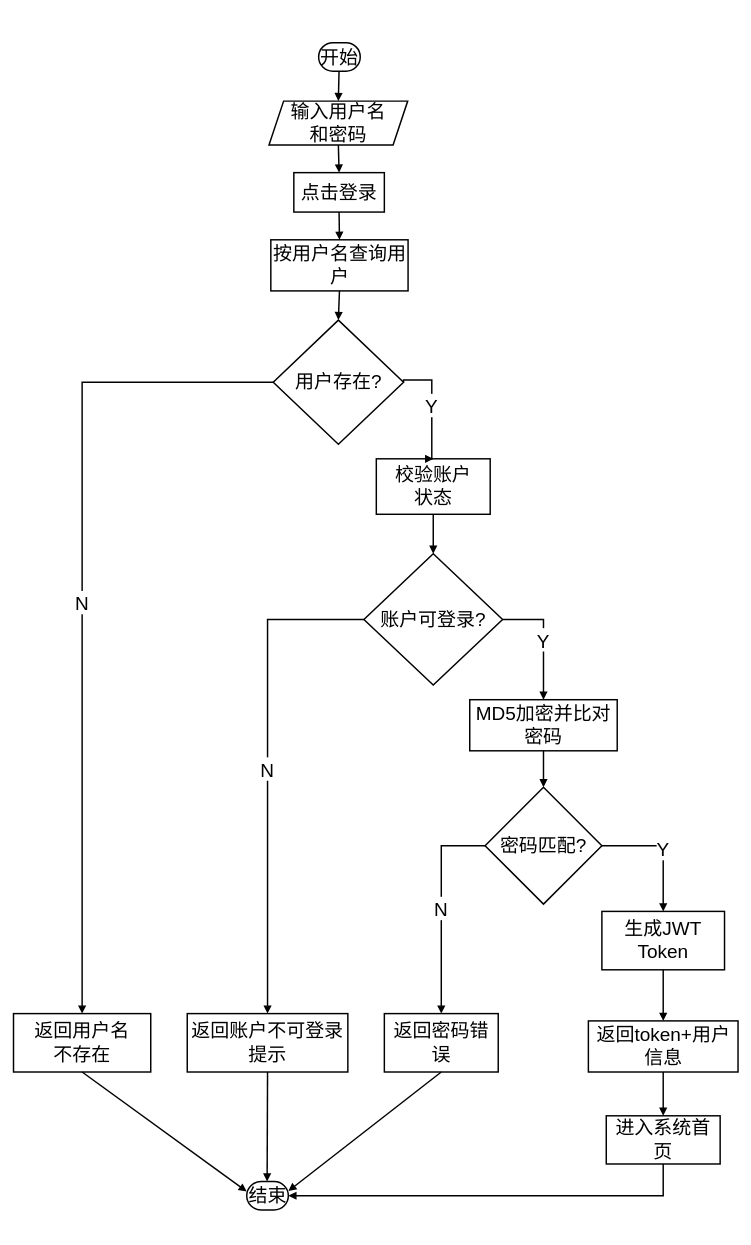
Earlier version of the draw.io diagram 用户登录流程图.drawio (LichCarlos/darwIo). Source tidied: cells renumbered, new cells numbered last; positions are measured from the earlier drawing's top-left corner, leaving out a move shared by most shapes. Both pictures are drawn from the tidied source at 73%, with x=0, y=0 at pixel (13, -402).
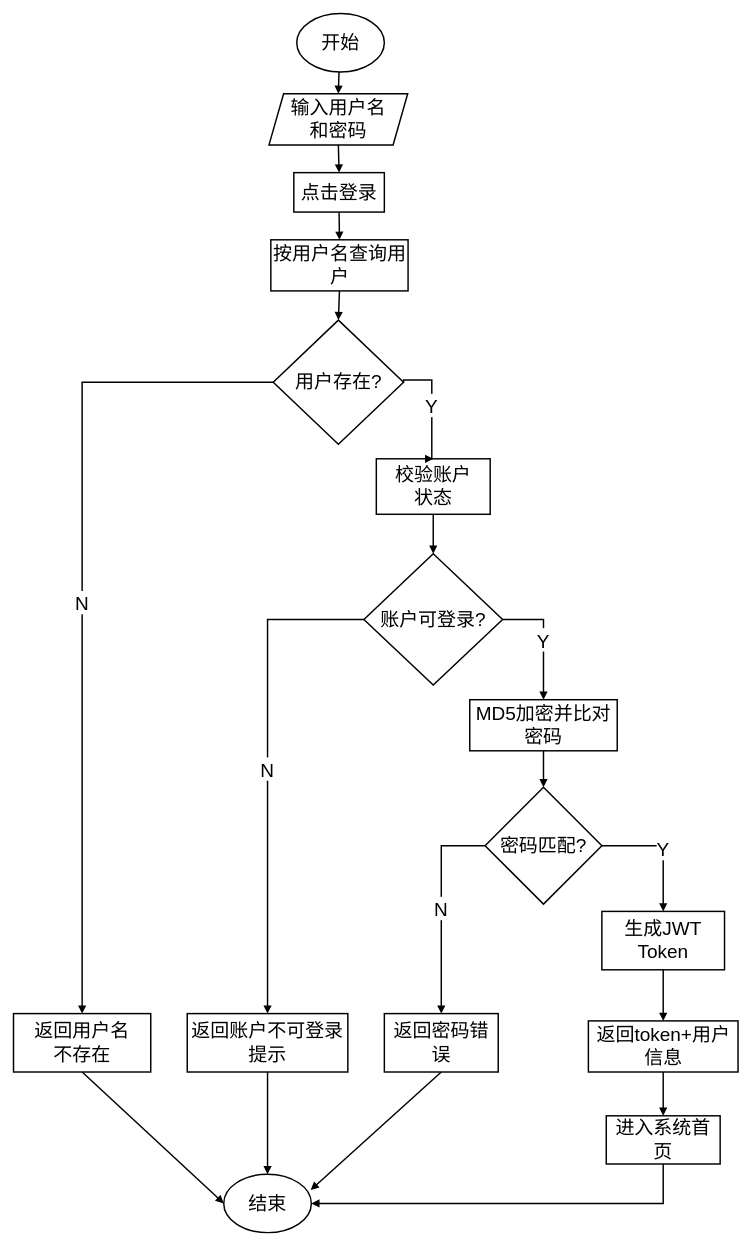
The same diagram, later.

Commit message:
更新用户登录流程图.drawio

Unchanged cells that the change refers to:
```xml
<mxCell id="10" value="返回用户名&#10;不存在" style="whiteSpace=wrap;strokeWidth=2;fontSize=26;" parent="1" vertex="1">
  <mxGeometry y="1938" width="188" height="80" as="geometry" />
</mxCell>
<mxCell id="14" value="返回账户不可登录提示" style="whiteSpace=wrap;strokeWidth=2;fontSize=26;" parent="1" vertex="1">
  <mxGeometry x="238" y="1938" width="220" height="80" as="geometry" />
</mxCell>
<mxCell id="17" value="返回密码错误" style="whiteSpace=wrap;strokeWidth=2;fontSize=26;" parent="1" vertex="1">
  <mxGeometry x="508" y="1938" width="156" height="80" as="geometry" />
</mxCell>
```

Diff of the diagram source:
```diff
@@
-    <mxCell id="5" value="开始" style="rounded=1;whiteSpace=wrap;arcSize=50;strokeWidth=2;fontSize=26;" parent="1" vertex="1">
-      <mxGeometry x="418" y="608" width="57" height="39" as="geometry" />
-    </mxCell>
     <mxCell id="6" value="输入用户名&#10;和密码" style="shape=parallelogram;perimeter=parallelogramPerimeter;fixedSize=1;strokeWidth=2;whiteSpace=wrap;fontSize=26;" parent="1" vertex="1">
-      <mxGeometry x="350" y="688" width="190" height="60" as="geometry" />
+      <mxGeometry x="350" y="678" width="190" height="70" as="geometry" />
     </mxCell>
@@
-    <mxCell id="11" value="结束" style="rounded=1;whiteSpace=wrap;arcSize=50;strokeWidth=2;fontSize=26;" parent="1" vertex="1">
-      <mxGeometry x="319.5" y="2168" width="57" height="39" as="geometry" />
-    </mxCell>
@@
-    <mxCell id="21" style="curved=1;startArrow=none;endArrow=block;strokeWidth=2;exitX=0.49;exitY=1;entryX=0.5;entryY=0;rounded=0;fontSize=26;" parent="1" edge="1" source="5" target="6">
-      <mxGeometry relative="1" as="geometry" />
+    <mxCell id="21" style="curved=1;startArrow=none;endArrow=block;strokeWidth=2;exitX=0.49;exitY=1;entryX=0.5;entryY=0;rounded=0;fontSize=26;" parent="1" edge="1" target="6">
+      <mxGeometry relative="1" as="geometry">
+        <mxPoint x="445.9" y="647" as="sourcePoint" />
+      </mxGeometry>
     </mxCell>
@@
-    <mxCell id="26" style="startArrow=none;endArrow=block;strokeWidth=2;exitX=0.5;exitY=0.99;entryX=-0.01;entryY=0.35;rounded=0;fontSize=26;" parent="1" edge="1" source="10" target="11">
+    <mxCell id="26" style="startArrow=none;endArrow=block;strokeWidth=2;exitX=0.5;exitY=0.99;entryX=0;entryY=0.5;rounded=0;fontSize=26;entryDx=0;entryDy=0;" parent="1" edge="1" source="10" target="11">
       <mxGeometry relative="1" as="geometry" />
     </mxCell>
@@
-    <mxCell id="30" style="curved=1;startArrow=none;endArrow=block;strokeWidth=2;exitX=0.5;exitY=0.99;entryX=0.49;entryY=0;rounded=0;fontSize=26;" parent="1" edge="1" source="14" target="11">
+    <mxCell id="30" style="curved=1;startArrow=none;endArrow=block;strokeWidth=2;exitX=0.5;exitY=0.99;entryX=0.5;entryY=0;rounded=0;fontSize=26;entryDx=0;entryDy=0;" parent="1" edge="1" source="14" target="11">
       <mxGeometry relative="1" as="geometry" />
     </mxCell>
@@
-    <mxCell id="34" style="startArrow=none;endArrow=block;strokeWidth=2;exitX=0.5;exitY=0.99;entryX=0.99;entryY=0.34;rounded=0;fontSize=26;" parent="1" edge="1" source="17" target="11">
+    <mxCell id="34" style="startArrow=none;endArrow=block;strokeWidth=2;exitX=0.5;exitY=0.99;entryX=0.993;entryY=0.27;rounded=0;fontSize=26;entryDx=0;entryDy=0;entryPerimeter=0;" parent="1" edge="1" source="17" target="11">
       <mxGeometry relative="1" as="geometry" />
     </mxCell>
@@
+    <mxCell id="11" value="&lt;span style=&quot;font-size: 26px;&quot;&gt;结束&lt;/span&gt;" style="ellipse;whiteSpace=wrap;html=1;strokeWidth=2;" parent="1" vertex="1">
+      <mxGeometry x="288" y="2158" width="120" height="80" as="geometry" />
+    </mxCell>
+    <mxCell id="5" value="&lt;span style=&quot;font-size: 26px;&quot;&gt;开始&lt;/span&gt;" style="ellipse;whiteSpace=wrap;html=1;strokeWidth=2;" parent="1" vertex="1">
+      <mxGeometry x="388" y="568" width="120" height="80" as="geometry" />
+    </mxCell>
```
